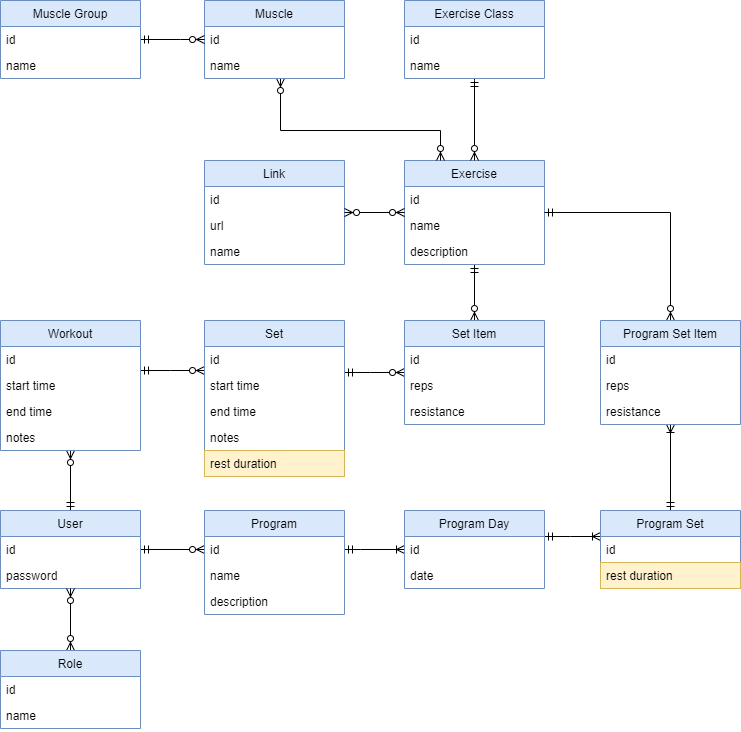
Before: documentation/entities.png, a diagram exported from draw.io (toivjon/max-pondus). Source tidied: cells renumbered, new cells last; positions are measured from the earlier drawing's top-left corner, leaving out a move shared by most shapes.
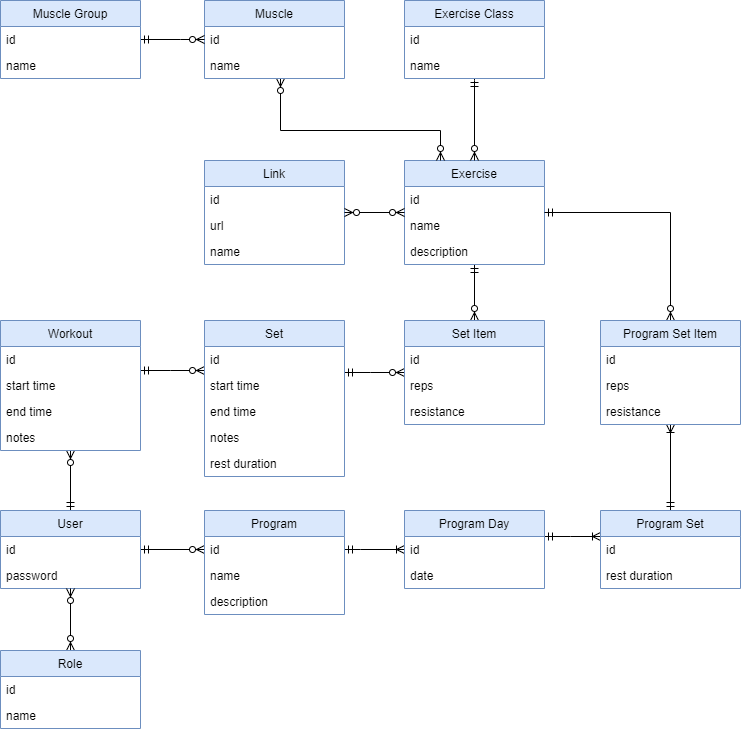
The same diagram one commit later.

Commit message:
Removed unnecessary emphasis of the rest durations from the entity diagram.

Change to the diagram source:
```diff
@@ -148,7 +148,7 @@
     <mxCell id="40" value="notes" style="text;strokeColor=none;fillColor=none;align=left;verticalAlign=top;spacingLeft=4;spacingRight=4;overflow=hidden;" parent="36" vertex="1">
       <mxGeometry y="104" width="140" height="26" as="geometry" />
     </mxCell>
-    <mxCell id="41" value="rest duration" style="text;strokeColor=#d6b656;fillColor=#fff2cc;align=left;verticalAlign=top;spacingLeft=4;spacingRight=4;overflow=hidden;" parent="36" vertex="1">
+    <mxCell id="41" value="rest duration" style="text;align=left;verticalAlign=top;spacingLeft=4;spacingRight=4;overflow=hidden;" parent="36" vertex="1">
       <mxGeometry y="130" width="140" height="26" as="geometry" />
     </mxCell>
     <mxCell id="42" value="Set Item" style="swimlane;fontStyle=0;horizontal=1;startSize=26;fillColor=#dae8fc;strokeColor=#6c8ebf;" parent="1" vertex="1">
@@ -226,7 +226,7 @@
     <mxCell id="61" value="id" style="text;strokeColor=none;fillColor=none;align=left;verticalAlign=top;spacingLeft=4;spacingRight=4;overflow=hidden;" parent="60" vertex="1">
       <mxGeometry y="26" width="140" height="26" as="geometry" />
     </mxCell>
-    <mxCell id="62" value="rest duration" style="text;strokeColor=#d6b656;fillColor=#fff2cc;align=left;verticalAlign=top;spacingLeft=4;spacingRight=4;overflow=hidden;" parent="60" vertex="1">
+    <mxCell id="62" value="rest duration" style="text;align=left;verticalAlign=top;spacingLeft=4;spacingRight=4;overflow=hidden;" parent="60" vertex="1">
       <mxGeometry y="52" width="140" height="26" as="geometry" />
     </mxCell>
     <mxCell id="63" style="edgeStyle=orthogonalEdgeStyle;rounded=0;jettySize=auto;html=1;startArrow=ERzeroToMany;startFill=1;endArrow=ERmandOne;endFill=0;" parent="1" edge="1" source="64" target="12">
```
